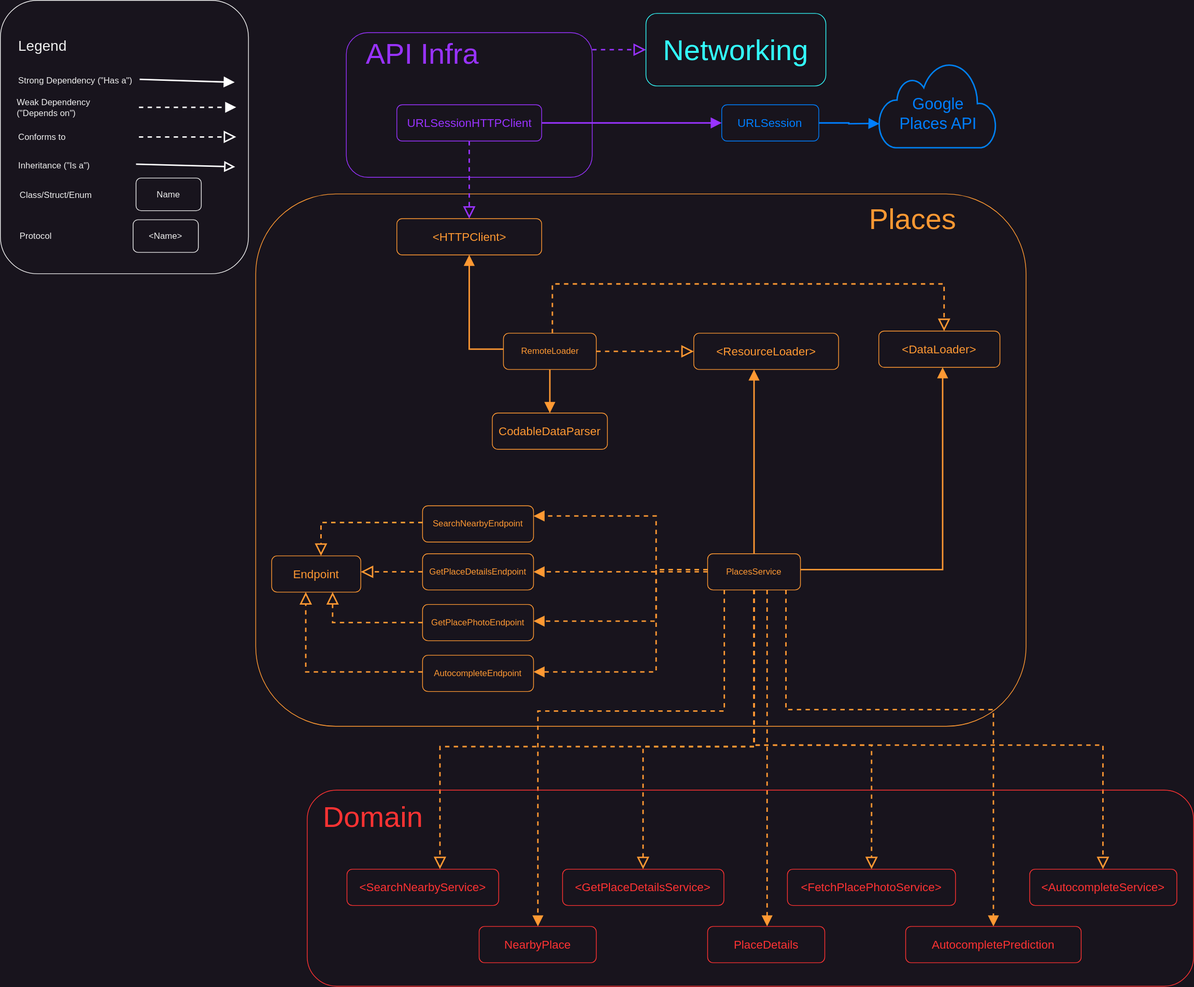
This is Diagrams/Places.svg from marian-stanciulica/Foodybite, a draw.io export, as it was before one commit. Source tidied: cells renumbered, new cells last; positions are measured from the earlier drawing's top-left corner, leaving out a move shared by most shapes.
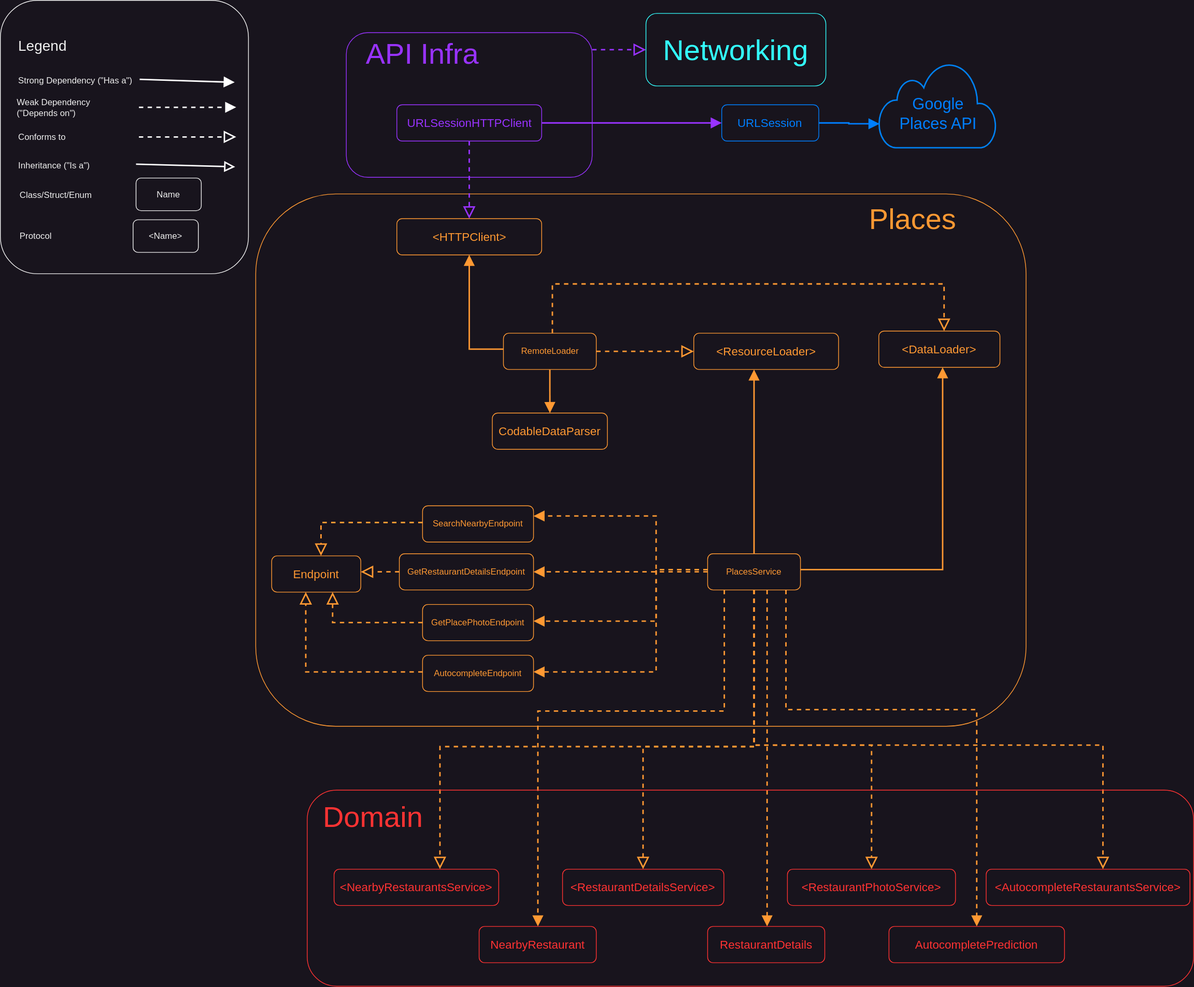
Later version of the same file.

Commit message:
Replace the concept of place with restaurant in the Places diagram

The edit, as a diff of the source:
```diff
@@ -94,8 +94,8 @@
         </Array>
       </mxGeometry>
     </mxCell>
-    <mxCell id="24" value="GetPlaceDetailsEndpoint" style="rounded=1;whiteSpace=wrap;html=1;strokeColor=#FF9933;fontColor=#FF9933;" parent="1" vertex="1">
-      <mxGeometry x="582" y="763" width="153" height="50" as="geometry" />
+    <mxCell id="24" value="GetRestaurantDetailsEndpoint" style="rounded=1;whiteSpace=wrap;html=1;strokeColor=#FF9933;fontColor=#FF9933;" parent="1" vertex="1">
+      <mxGeometry x="550" y="763" width="185" height="50" as="geometry" />
     </mxCell>
     <mxCell id="25" style="edgeStyle=orthogonalEdgeStyle;shape=connector;rounded=0;jettySize=auto;html=1;dashed=1;labelBackgroundColor=default;strokeColor=#FF9933;strokeWidth=2;fontFamily=Helvetica;fontSize=11;fontColor=default;endArrow=block;endFill=0;endSize=12;fillColor=#f0a30a;" parent="1" edge="1" source="26" target="63">
       <mxGeometry relative="1" as="geometry">
@@ -239,7 +239,7 @@
       <mxGeometry relative="1" as="geometry">
         <Array as="points">
           <mxPoint x="1083" y="978" />
-          <mxPoint x="1369" y="978" />
+          <mxPoint x="1346" y="978" />
         </Array>
       </mxGeometry>
     </mxCell>
@@ -252,25 +252,25 @@
     <mxCell id="49" value="Domain" style="text;html=1;strokeColor=none;fillColor=none;align=left;verticalAlign=middle;whiteSpace=wrap;rounded=0;fontSize=40;fontFamily=Helvetica;fontColor=#FF3333;" parent="1" vertex="1">
       <mxGeometry x="443" y="1111.7" width="223.6" height="26.2" as="geometry" />
     </mxCell>
-    <mxCell id="50" value="&amp;lt;SearchNearbyService&amp;gt;" style="rounded=1;whiteSpace=wrap;html=1;fontSize=16;fontColor=#FF3333;fillColor=none;strokeColor=#FF3333;" parent="1" vertex="1">
-      <mxGeometry x="477.8" y="1198" width="209.2" height="50" as="geometry" />
+    <mxCell id="50" value="&amp;lt;NearbyRestaurantsService&amp;gt;" style="rounded=1;whiteSpace=wrap;html=1;fontSize=16;fontColor=#FF3333;fillColor=none;strokeColor=#FF3333;" parent="1" vertex="1">
+      <mxGeometry x="460" y="1198" width="227" height="50" as="geometry" />
     </mxCell>
-    <mxCell id="51" value="&amp;lt;GetPlaceDetailsService&amp;gt;" style="rounded=1;whiteSpace=wrap;html=1;fontSize=16;fontColor=#FF3333;fillColor=none;strokeColor=#FF3333;" parent="1" vertex="1">
+    <mxCell id="51" value="&amp;lt;RestaurantDetailsService&amp;gt;" style="rounded=1;whiteSpace=wrap;html=1;fontSize=16;fontColor=#FF3333;fillColor=none;strokeColor=#FF3333;" parent="1" vertex="1">
       <mxGeometry x="775" y="1198" width="222.4" height="50" as="geometry" />
     </mxCell>
-    <mxCell id="52" value="&amp;lt;AutocompleteService&amp;gt;" style="rounded=1;whiteSpace=wrap;html=1;fontSize=16;fontColor=#FF3333;fillColor=none;strokeColor=#FF3333;" parent="1" vertex="1">
-      <mxGeometry x="1419" y="1198" width="202.9" height="50" as="geometry" />
+    <mxCell id="52" value="&amp;lt;AutocompleteRestaurantsService&amp;gt;" style="rounded=1;whiteSpace=wrap;html=1;fontSize=16;fontColor=#FF3333;fillColor=none;strokeColor=#FF3333;" parent="1" vertex="1">
+      <mxGeometry x="1359" y="1198" width="281" height="50" as="geometry" />
     </mxCell>
-    <mxCell id="53" value="&amp;lt;FetchPlacePhotoService&amp;gt;" style="rounded=1;whiteSpace=wrap;html=1;fontSize=16;fontColor=#FF3333;fillColor=none;strokeColor=#FF3333;" parent="1" vertex="1">
+    <mxCell id="53" value="&amp;lt;RestaurantPhotoService&amp;gt;" style="rounded=1;whiteSpace=wrap;html=1;fontSize=16;fontColor=#FF3333;fillColor=none;strokeColor=#FF3333;" parent="1" vertex="1">
       <mxGeometry x="1085" y="1198" width="231.8" height="50" as="geometry" />
     </mxCell>
-    <mxCell id="54" value="NearbyPlace" style="rounded=1;whiteSpace=wrap;html=1;fontSize=16;fontColor=#FF3333;fillColor=none;strokeColor=#FF3333;" parent="1" vertex="1">
+    <mxCell id="54" value="NearbyRestaurant" style="rounded=1;whiteSpace=wrap;html=1;fontSize=16;fontColor=#FF3333;fillColor=none;strokeColor=#FF3333;" parent="1" vertex="1">
       <mxGeometry x="660" y="1277" width="161.5" height="50" as="geometry" />
     </mxCell>
     <mxCell id="55" value="AutocompletePrediction" style="rounded=1;whiteSpace=wrap;html=1;fontSize=16;fontColor=#FF3333;fillColor=none;strokeColor=#FF3333;" parent="1" vertex="1">
-      <mxGeometry x="1248" y="1277" width="242" height="50" as="geometry" />
+      <mxGeometry x="1225" y="1277" width="242" height="50" as="geometry" />
     </mxCell>
-    <mxCell id="56" value="PlaceDetails" style="rounded=1;whiteSpace=wrap;html=1;fontSize=16;fontColor=#FF3333;fillColor=none;strokeColor=#FF3333;" parent="1" vertex="1">
+    <mxCell id="56" value="RestaurantDetails" style="rounded=1;whiteSpace=wrap;html=1;fontSize=16;fontColor=#FF3333;fillColor=none;strokeColor=#FF3333;" parent="1" vertex="1">
       <mxGeometry x="975" y="1277" width="161.5" height="50" as="geometry" />
     </mxCell>
     <mxCell id="57" value="&lt;font style=&quot;font-size: 40px;&quot;&gt;Places&lt;/font&gt;" style="text;html=1;align=right;verticalAlign=middle;whiteSpace=wrap;rounded=0;fontSize=40;fontFamily=Helvetica;fontColor=#FF9933;strokeColor=none;" parent="1" vertex="1">
```
